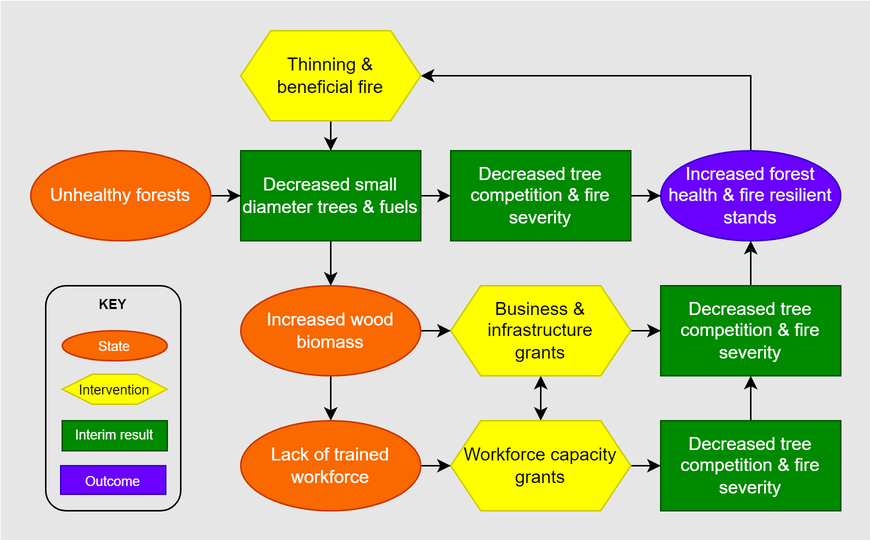
Before: figures/health.png, a diagram exported from draw.io (VRConservation/fbabook). Source tidied: cells renumbered, new cells last; positions are measured from the earlier drawing's top-left corner, leaving out a move shared by most shapes.
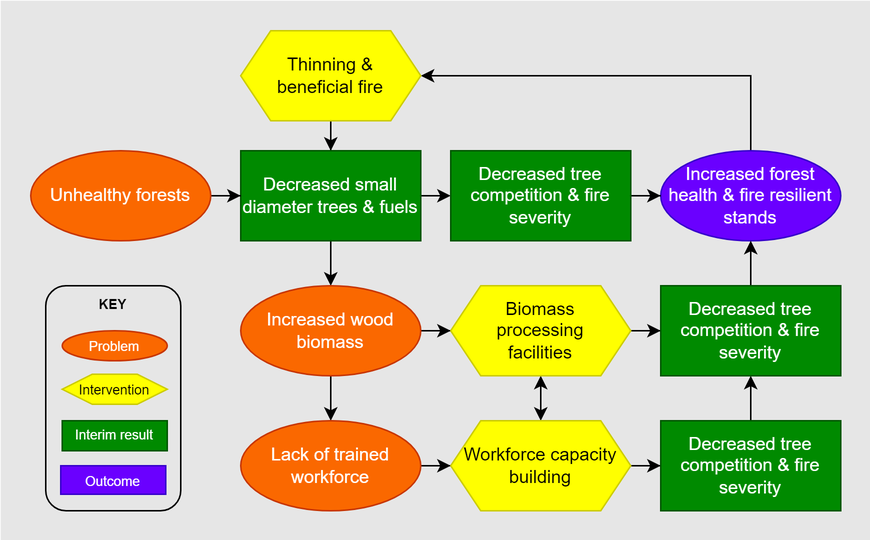
The same diagram one commit later.

Change to the diagram source:
```diff
@@ -59,13 +59,13 @@
     <mxCell id="20" style="edgeStyle=orthogonalEdgeStyle;rounded=0;jettySize=auto;html=1;" parent="1" edge="1" source="21" target="26">
       <mxGeometry relative="1" as="geometry" />
     </mxCell>
-    <mxCell id="21" value="Business &amp;amp; infrastructure grants" style="shape=hexagon;perimeter=hexagonPerimeter2;whiteSpace=wrap;html=1;fixedSize=1;fillColor=#FFFF00;spacingLeft=7;spacingRight=7;strokeColor=#CCCC00;" parent="1" vertex="1">
+    <mxCell id="21" value="Biomass processing facilities" style="shape=hexagon;perimeter=hexagonPerimeter2;whiteSpace=wrap;html=1;fixedSize=1;fillColor=#FFFF00;spacingLeft=7;spacingRight=7;strokeColor=#CCCC00;" parent="1" vertex="1">
       <mxGeometry x="300" y="190" width="120" height="60" as="geometry" />
     </mxCell>
     <mxCell id="22" style="edgeStyle=orthogonalEdgeStyle;rounded=0;jettySize=auto;html=1;" parent="1" edge="1" source="23" target="27">
       <mxGeometry relative="1" as="geometry" />
     </mxCell>
-    <mxCell id="23" value="Workforce capacity grants" style="shape=hexagon;perimeter=hexagonPerimeter2;whiteSpace=wrap;html=1;fixedSize=1;fillColor=#FFFF00;spacingLeft=6;spacingRight=6;strokeColor=#CCCC00;" parent="1" vertex="1">
+    <mxCell id="23" value="Workforce capacity building" style="shape=hexagon;perimeter=hexagonPerimeter2;whiteSpace=wrap;html=1;fixedSize=1;fillColor=#FFFF00;spacingLeft=6;spacingRight=6;strokeColor=#CCCC00;" parent="1" vertex="1">
       <mxGeometry x="300" y="280" width="120" height="60" as="geometry" />
     </mxCell>
     <mxCell id="24" style="edgeStyle=orthogonalEdgeStyle;rounded=0;jettySize=auto;html=1;" parent="1" edge="1" source="26" target="5">
@@ -89,7 +89,7 @@
     <mxCell id="30" value="&lt;b&gt;KEY&lt;/b&gt;" style="rounded=0;whiteSpace=wrap;html=1;fontSize=9;strokeColor=none;fillColor=none;" parent="28" vertex="1">
       <mxGeometry x="10" y="6" width="70" height="14" as="geometry" />
     </mxCell>
-    <mxCell id="31" value="&lt;font style=&quot;font-size: 9px;&quot; color=&quot;#ffffff&quot;&gt;State&lt;/font&gt;" style="ellipse;whiteSpace=wrap;html=1;fillColor=#fa6800;strokeColor=#C73500;fontColor=#000000;" parent="28" vertex="1">
+    <mxCell id="31" value="&lt;font style=&quot;font-size: 9px;&quot; color=&quot;#ffffff&quot;&gt;Problem&lt;/font&gt;" style="ellipse;whiteSpace=wrap;html=1;fillColor=#fa6800;strokeColor=#C73500;fontColor=#000000;" parent="28" vertex="1">
       <mxGeometry x="11" y="30" width="70" height="20" as="geometry" />
     </mxCell>
     <mxCell id="32" value="&lt;font style=&quot;font-size: 9px;&quot;&gt;Intervention&lt;/font&gt;" style="shape=hexagon;perimeter=hexagonPerimeter2;whiteSpace=wrap;html=1;fixedSize=1;fillColor=#FFFF00;spacingLeft=4;spacingRight=4;strokeColor=#CCCC00;" parent="28" vertex="1">
```
